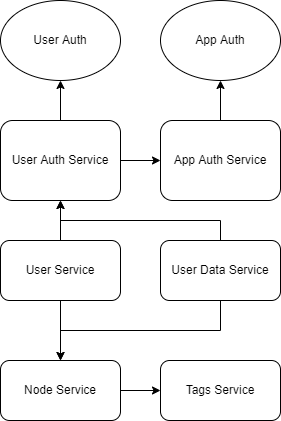
This is docs/api-arch.drawio.png from TMarekAgh/remember, a draw.io export, as it was before one commit. Source tidied: cells renumbered, new cells last; positions are measured from the earlier drawing's top-left corner, leaving out a move shared by most shapes. Its diagram source:
```xml
<mxGraphModel>
  <root>
    <mxCell id="0" />
    <mxCell id="1" parent="0" />
    <mxCell id="2" style="edgeStyle=orthogonalEdgeStyle;rounded=0;jettySize=auto;html=1;exitX=1;exitY=0.5;exitDx=0;exitDy=0;entryX=0;entryY=0.5;entryDx=0;entryDy=0;" parent="1" edge="1" source="4" target="6">
      <mxGeometry relative="1" as="geometry" />
    </mxCell>
    <mxCell id="3" style="edgeStyle=orthogonalEdgeStyle;rounded=0;jettySize=auto;html=1;exitX=0.5;exitY=0;exitDx=0;exitDy=0;entryX=0.5;entryY=1;entryDx=0;entryDy=0;" parent="1" edge="1" source="4" target="7">
      <mxGeometry relative="1" as="geometry" />
    </mxCell>
    <mxCell id="4" value="User Auth Service" style="rounded=1;whiteSpace=wrap;html=1;" parent="1" vertex="1">
      <mxGeometry y="120" width="120" height="80" as="geometry" />
    </mxCell>
    <mxCell id="5" style="edgeStyle=orthogonalEdgeStyle;rounded=0;jettySize=auto;html=1;exitX=0.5;exitY=0;exitDx=0;exitDy=0;entryX=0.5;entryY=1;entryDx=0;entryDy=0;" parent="1" edge="1" source="6" target="8">
      <mxGeometry relative="1" as="geometry" />
    </mxCell>
    <mxCell id="6" value="App Auth Service" style="rounded=1;whiteSpace=wrap;html=1;" parent="1" vertex="1">
      <mxGeometry x="160" y="120" width="120" height="80" as="geometry" />
    </mxCell>
    <mxCell id="7" value="User Auth" style="ellipse;whiteSpace=wrap;html=1;" parent="1" vertex="1">
      <mxGeometry width="120" height="80" as="geometry" />
    </mxCell>
    <mxCell id="8" value="App Auth" style="ellipse;whiteSpace=wrap;html=1;" parent="1" vertex="1">
      <mxGeometry x="160" width="120" height="80" as="geometry" />
    </mxCell>
    <mxCell id="9" style="edgeStyle=orthogonalEdgeStyle;rounded=0;jettySize=auto;html=1;exitX=0.5;exitY=0;exitDx=0;exitDy=0;entryX=0.5;entryY=1;entryDx=0;entryDy=0;" parent="1" edge="1" source="11" target="4">
      <mxGeometry relative="1" as="geometry" />
    </mxCell>
    <mxCell id="10" style="edgeStyle=orthogonalEdgeStyle;rounded=0;jettySize=auto;html=1;exitX=0.5;exitY=1;exitDx=0;exitDy=0;entryX=0.5;entryY=0;entryDx=0;entryDy=0;" parent="1" edge="1" source="11" target="16">
      <mxGeometry relative="1" as="geometry" />
    </mxCell>
    <mxCell id="11" value="User Service" style="rounded=1;whiteSpace=wrap;html=1;" parent="1" vertex="1">
      <mxGeometry y="240" width="120" height="60" as="geometry" />
    </mxCell>
    <mxCell id="12" style="edgeStyle=orthogonalEdgeStyle;rounded=0;jettySize=auto;html=1;exitX=0.5;exitY=0;exitDx=0;exitDy=0;entryX=0.5;entryY=1;entryDx=0;entryDy=0;" parent="1" edge="1" source="14" target="4">
      <mxGeometry relative="1" as="geometry" />
    </mxCell>
    <mxCell id="13" style="edgeStyle=orthogonalEdgeStyle;rounded=0;jettySize=auto;html=1;exitX=0.5;exitY=1;exitDx=0;exitDy=0;entryX=0.5;entryY=0;entryDx=0;entryDy=0;" parent="1" edge="1" source="14" target="16">
      <mxGeometry relative="1" as="geometry" />
    </mxCell>
    <mxCell id="14" value="User Data Service" style="rounded=1;whiteSpace=wrap;html=1;" parent="1" vertex="1">
      <mxGeometry x="160" y="240" width="120" height="60" as="geometry" />
    </mxCell>
    <mxCell id="15" style="edgeStyle=orthogonalEdgeStyle;rounded=0;jettySize=auto;html=1;exitX=1;exitY=0.5;exitDx=0;exitDy=0;entryX=0;entryY=0.5;entryDx=0;entryDy=0;" parent="1" edge="1" source="16" target="17">
      <mxGeometry relative="1" as="geometry" />
    </mxCell>
    <mxCell id="16" value="Node Service" style="rounded=1;whiteSpace=wrap;html=1;" parent="1" vertex="1">
      <mxGeometry y="360" width="120" height="60" as="geometry" />
    </mxCell>
    <mxCell id="17" value="Tags Service" style="rounded=1;whiteSpace=wrap;html=1;" parent="1" vertex="1">
      <mxGeometry x="160" y="360" width="120" height="60" as="geometry" />
    </mxCell>
  </root>
</mxGraphModel>
```
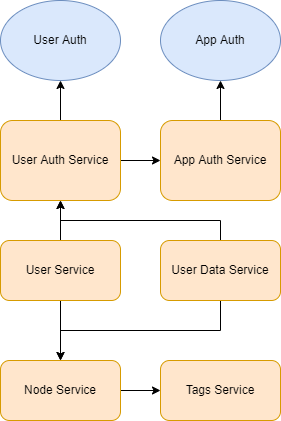
The same file after the commit.

Change to the diagram source:
```diff
@@ -8,19 +8,19 @@
     <mxCell id="3" style="edgeStyle=orthogonalEdgeStyle;rounded=0;jettySize=auto;html=1;exitX=0.5;exitY=0;exitDx=0;exitDy=0;entryX=0.5;entryY=1;entryDx=0;entryDy=0;" parent="1" edge="1" source="4" target="7">
       <mxGeometry relative="1" as="geometry" />
     </mxCell>
-    <mxCell id="4" value="User Auth Service" style="rounded=1;whiteSpace=wrap;html=1;" parent="1" vertex="1">
+    <mxCell id="4" value="User Auth Service" style="rounded=1;whiteSpace=wrap;html=1;fillColor=#ffe6cc;strokeColor=#d79b00;" parent="1" vertex="1">
       <mxGeometry y="120" width="120" height="80" as="geometry" />
     </mxCell>
     <mxCell id="5" style="edgeStyle=orthogonalEdgeStyle;rounded=0;jettySize=auto;html=1;exitX=0.5;exitY=0;exitDx=0;exitDy=0;entryX=0.5;entryY=1;entryDx=0;entryDy=0;" parent="1" edge="1" source="6" target="8">
       <mxGeometry relative="1" as="geometry" />
     </mxCell>
-    <mxCell id="6" value="App Auth Service" style="rounded=1;whiteSpace=wrap;html=1;" parent="1" vertex="1">
+    <mxCell id="6" value="App Auth Service" style="rounded=1;whiteSpace=wrap;html=1;fillColor=#ffe6cc;strokeColor=#d79b00;" parent="1" vertex="1">
       <mxGeometry x="160" y="120" width="120" height="80" as="geometry" />
     </mxCell>
-    <mxCell id="7" value="User Auth" style="ellipse;whiteSpace=wrap;html=1;" parent="1" vertex="1">
+    <mxCell id="7" value="User Auth" style="ellipse;whiteSpace=wrap;html=1;fillColor=#dae8fc;strokeColor=#6c8ebf;" parent="1" vertex="1">
       <mxGeometry width="120" height="80" as="geometry" />
     </mxCell>
-    <mxCell id="8" value="App Auth" style="ellipse;whiteSpace=wrap;html=1;" parent="1" vertex="1">
+    <mxCell id="8" value="App Auth" style="ellipse;whiteSpace=wrap;html=1;fillColor=#dae8fc;strokeColor=#6c8ebf;" parent="1" vertex="1">
       <mxGeometry x="160" width="120" height="80" as="geometry" />
     </mxCell>
     <mxCell id="9" style="edgeStyle=orthogonalEdgeStyle;rounded=0;jettySize=auto;html=1;exitX=0.5;exitY=0;exitDx=0;exitDy=0;entryX=0.5;entryY=1;entryDx=0;entryDy=0;" parent="1" edge="1" source="11" target="4">
@@ -29,7 +29,7 @@
     <mxCell id="10" style="edgeStyle=orthogonalEdgeStyle;rounded=0;jettySize=auto;html=1;exitX=0.5;exitY=1;exitDx=0;exitDy=0;entryX=0.5;entryY=0;entryDx=0;entryDy=0;" parent="1" edge="1" source="11" target="16">
       <mxGeometry relative="1" as="geometry" />
     </mxCell>
-    <mxCell id="11" value="User Service" style="rounded=1;whiteSpace=wrap;html=1;" parent="1" vertex="1">
+    <mxCell id="11" value="User Service" style="rounded=1;whiteSpace=wrap;html=1;fillColor=#ffe6cc;strokeColor=#d79b00;" parent="1" vertex="1">
       <mxGeometry y="240" width="120" height="60" as="geometry" />
     </mxCell>
     <mxCell id="12" style="edgeStyle=orthogonalEdgeStyle;rounded=0;jettySize=auto;html=1;exitX=0.5;exitY=0;exitDx=0;exitDy=0;entryX=0.5;entryY=1;entryDx=0;entryDy=0;" parent="1" edge="1" source="14" target="4">
@@ -38,16 +38,16 @@
     <mxCell id="13" style="edgeStyle=orthogonalEdgeStyle;rounded=0;jettySize=auto;html=1;exitX=0.5;exitY=1;exitDx=0;exitDy=0;entryX=0.5;entryY=0;entryDx=0;entryDy=0;" parent="1" edge="1" source="14" target="16">
       <mxGeometry relative="1" as="geometry" />
     </mxCell>
-    <mxCell id="14" value="User Data Service" style="rounded=1;whiteSpace=wrap;html=1;" parent="1" vertex="1">
+    <mxCell id="14" value="User Data Service" style="rounded=1;whiteSpace=wrap;html=1;fillColor=#ffe6cc;strokeColor=#d79b00;" parent="1" vertex="1">
       <mxGeometry x="160" y="240" width="120" height="60" as="geometry" />
     </mxCell>
     <mxCell id="15" style="edgeStyle=orthogonalEdgeStyle;rounded=0;jettySize=auto;html=1;exitX=1;exitY=0.5;exitDx=0;exitDy=0;entryX=0;entryY=0.5;entryDx=0;entryDy=0;" parent="1" edge="1" source="16" target="17">
       <mxGeometry relative="1" as="geometry" />
     </mxCell>
-    <mxCell id="16" value="Node Service" style="rounded=1;whiteSpace=wrap;html=1;" parent="1" vertex="1">
+    <mxCell id="16" value="Node Service" style="rounded=1;whiteSpace=wrap;html=1;fillColor=#ffe6cc;strokeColor=#d79b00;" parent="1" vertex="1">
       <mxGeometry y="360" width="120" height="60" as="geometry" />
     </mxCell>
-    <mxCell id="17" value="Tags Service" style="rounded=1;whiteSpace=wrap;html=1;" parent="1" vertex="1">
+    <mxCell id="17" value="Tags Service" style="rounded=1;whiteSpace=wrap;html=1;fillColor=#ffe6cc;strokeColor=#d79b00;" parent="1" vertex="1">
       <mxGeometry x="160" y="360" width="120" height="60" as="geometry" />
     </mxCell>
   </root>
```
